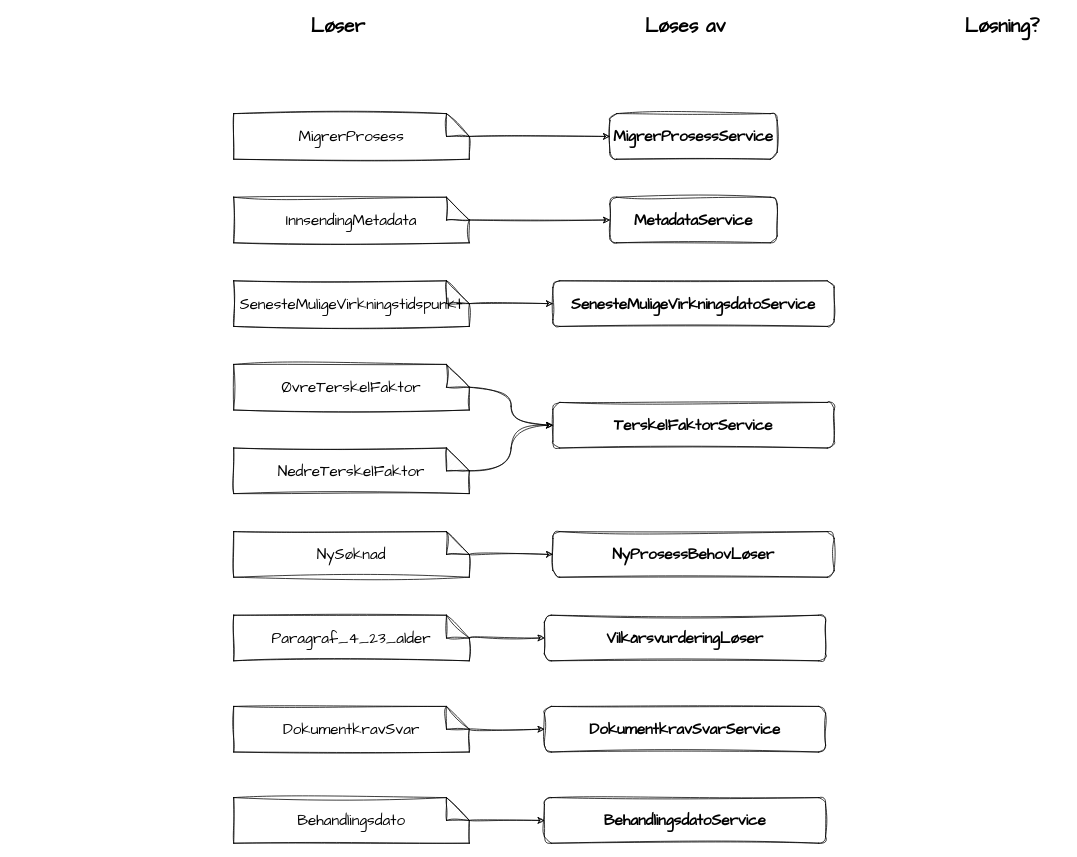
This is docs/innbyggerflate/losninger/soknad/dp-quiz-behov.drawio from navikt/dp-dokumentasjon, a draw.io file, before an edit. Source tidied: cells renumbered, new cells numbered last; positions are measured from the earlier drawing's top-left corner, leaving out a move shared by most shapes. Both pictures are drawn from the tidied source at 76%, with x=0, y=0 at pixel (233, 14).
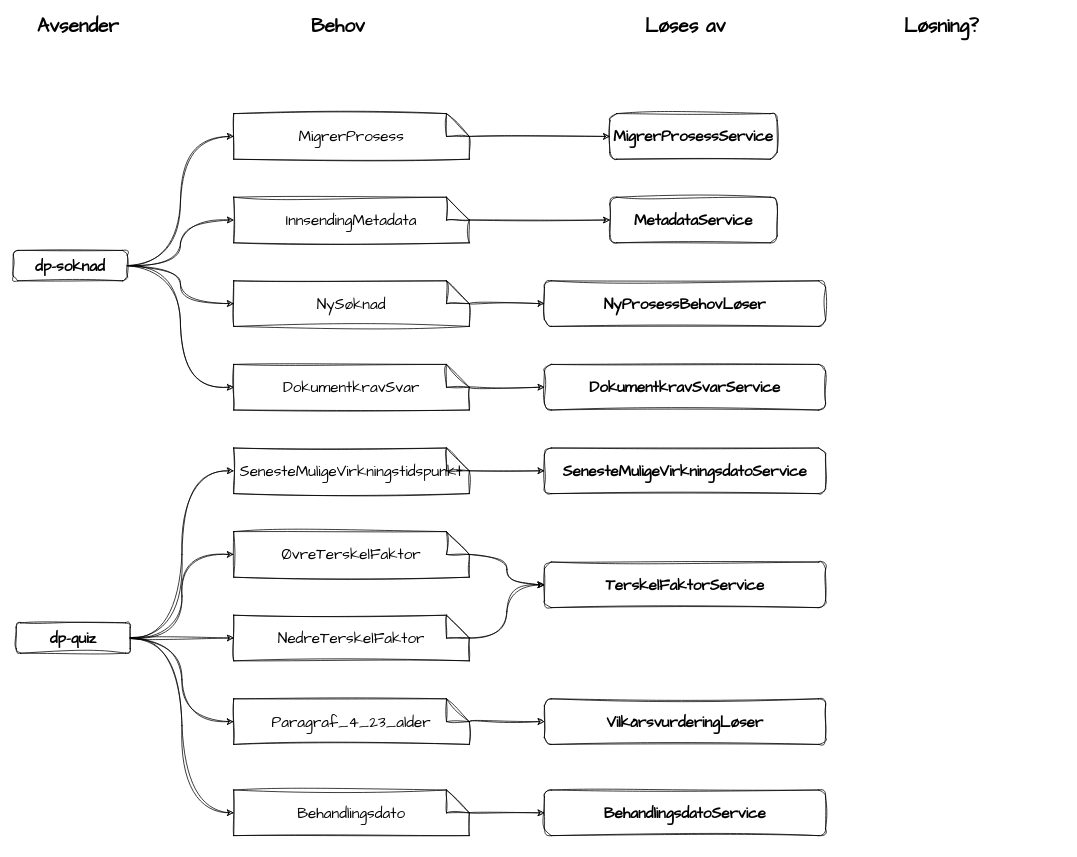
Above is the later version.

Commit message (it also covers changes not shown here):
Startet på å tegne hvor behovene kommer fra

The change refers to these unchanged cells:
```xml
<mxCell id="6" value="&lt;div style=&quot;font-size: 20px;&quot;&gt;&lt;div style=&quot;font-size: 20px;&quot;&gt;&lt;div style=&quot;font-size: 20px;&quot;&gt;&lt;span style=&quot;font-size: 20px; white-space: normal;&quot;&gt;InnsendingMetadata&lt;/span&gt;&lt;br style=&quot;font-size: 20px;&quot;&gt;&lt;/div&gt;&lt;/div&gt;&lt;/div&gt;" style="shape=note;whiteSpace=wrap;html=1;backgroundOutline=1;darkOpacity=0.05;fontColor=default;labelBackgroundColor=none;sketch=1;curveFitting=1;jiggle=2;fontFamily=Architects Daughter;fontSize=20;" parent="1" vertex="1">
  <mxGeometry y="240" width="310" height="60" as="geometry" />
</mxCell>
<mxCell id="7" value="&lt;div style=&quot;font-size: 20px;&quot;&gt;&lt;div style=&quot;font-size: 20px;&quot;&gt;&lt;div style=&quot;font-size: 20px;&quot;&gt;&lt;span style=&quot;font-size: 20px; background-color: initial; white-space: normal;&quot;&gt;MigrerProsess&lt;/span&gt;&lt;br style=&quot;font-size: 20px;&quot;&gt;&lt;/div&gt;&lt;/div&gt;&lt;/div&gt;" style="shape=note;whiteSpace=wrap;html=1;backgroundOutline=1;darkOpacity=0.05;fontColor=default;labelBackgroundColor=none;sketch=1;curveFitting=1;jiggle=2;fontFamily=Architects Daughter;fontSize=20;" parent="1" vertex="1">
  <mxGeometry y="130" width="310" height="60" as="geometry" />
</mxCell>
```

Diff of the diagram source:
```diff
@@
-    <mxCell id="2" value="Løser" style="rounded=1;whiteSpace=wrap;html=1;fontStyle=1;strokeColor=none;fontSize=25;sketch=1;curveFitting=1;jiggle=2;fontFamily=Architects Daughter;shadow=0;glass=0;" parent="1" vertex="1">
+    <mxCell id="2" value="Behov" style="rounded=1;whiteSpace=wrap;html=1;fontStyle=1;strokeColor=none;fontSize=25;sketch=1;curveFitting=1;jiggle=2;fontFamily=Architects Daughter;shadow=0;glass=0;" parent="1" vertex="1">
       <mxGeometry x="56.2" width="162.5" height="30" as="geometry" />
     </mxCell>
@@
     <mxCell id="4" value="&lt;div style=&quot;font-size: 20px;&quot;&gt;&lt;div style=&quot;font-size: 20px;&quot;&gt;&lt;div style=&quot;font-size: 20px;&quot;&gt;&lt;div style=&quot;font-size: 20px;&quot;&gt;&lt;span style=&quot;font-size: 20px;&quot;&gt;Behandlingsdato&lt;/span&gt;&lt;/div&gt;&lt;/div&gt;&lt;/div&gt;&lt;/div&gt;" style="shape=note;whiteSpace=wrap;html=1;backgroundOutline=1;darkOpacity=0.05;fontColor=default;labelBackgroundColor=none;sketch=1;curveFitting=1;jiggle=2;fontFamily=Architects Daughter;fontSize=20;" parent="1" vertex="1">
-      <mxGeometry y="1030" width="310" height="60" as="geometry" />
+      <mxGeometry y="1020" width="310" height="60" as="geometry" />
     </mxCell>
     <mxCell id="5" value="&lt;div style=&quot;font-size: 20px;&quot;&gt;&lt;div style=&quot;font-size: 20px;&quot;&gt;&lt;div style=&quot;font-size: 20px;&quot;&gt;&lt;span style=&quot;font-size: 20px; background-color: initial; white-space: normal;&quot;&gt;DokumentkravSvar&lt;/span&gt;&lt;br style=&quot;font-size: 20px;&quot;&gt;&lt;/div&gt;&lt;/div&gt;&lt;/div&gt;" style="shape=note;whiteSpace=wrap;html=1;backgroundOutline=1;darkOpacity=0.05;fontColor=default;labelBackgroundColor=none;sketch=1;curveFitting=1;jiggle=2;fontFamily=Architects Daughter;fontSize=20;" parent="1" vertex="1">
-      <mxGeometry y="910" width="310" height="60" as="geometry" />
+      <mxGeometry y="460" width="310" height="60" as="geometry" />
     </mxCell>
@@
     <mxCell id="8" value="&lt;div style=&quot;font-size: 20px;&quot;&gt;&lt;div style=&quot;font-size: 20px;&quot;&gt;&lt;div style=&quot;font-size: 20px;&quot;&gt;&lt;span style=&quot;font-size: 20px; background-color: initial; white-space: normal;&quot;&gt;SenesteMuligeVirkningstidspunkt&lt;/span&gt;&lt;br style=&quot;font-size: 20px;&quot;&gt;&lt;/div&gt;&lt;/div&gt;&lt;/div&gt;" style="shape=note;whiteSpace=wrap;html=1;backgroundOutline=1;darkOpacity=0.05;fontColor=default;labelBackgroundColor=none;sketch=1;curveFitting=1;jiggle=2;fontFamily=Architects Daughter;fontSize=20;" parent="1" vertex="1">
-      <mxGeometry y="350" width="310" height="60" as="geometry" />
+      <mxGeometry y="570" width="310" height="60" as="geometry" />
     </mxCell>
     <mxCell id="9" value="&lt;div style=&quot;font-size: 20px;&quot;&gt;&lt;div style=&quot;font-size: 20px;&quot;&gt;&lt;div style=&quot;font-size: 20px;&quot;&gt;&lt;span style=&quot;font-size: 20px; background-color: initial; white-space: normal;&quot;&gt;ØvreTerskelFaktor&lt;/span&gt;&lt;br style=&quot;font-size: 20px;&quot;&gt;&lt;/div&gt;&lt;/div&gt;&lt;/div&gt;" style="shape=note;whiteSpace=wrap;html=1;backgroundOutline=1;darkOpacity=0.05;fontColor=default;labelBackgroundColor=none;sketch=1;curveFitting=1;jiggle=2;fontFamily=Architects Daughter;fontSize=20;" parent="1" vertex="1">
-      <mxGeometry y="460" width="310" height="60" as="geometry" />
+      <mxGeometry y="680" width="310" height="60" as="geometry" />
     </mxCell>
     <mxCell id="10" value="&lt;div style=&quot;font-size: 20px;&quot;&gt;&lt;div style=&quot;font-size: 20px;&quot;&gt;&lt;div style=&quot;font-size: 20px;&quot;&gt;&lt;span style=&quot;font-size: 20px; background-color: initial; white-space: normal;&quot;&gt;NySøknad&lt;/span&gt;&lt;br style=&quot;font-size: 20px;&quot;&gt;&lt;/div&gt;&lt;/div&gt;&lt;/div&gt;" style="shape=note;whiteSpace=wrap;html=1;backgroundOutline=1;darkOpacity=0.05;fontColor=default;labelBackgroundColor=none;sketch=1;curveFitting=1;jiggle=2;fontFamily=Architects Daughter;fontSize=20;" parent="1" vertex="1">
-      <mxGeometry y="680" width="310" height="60" as="geometry" />
+      <mxGeometry y="350" width="310" height="60" as="geometry" />
     </mxCell>
     <mxCell id="11" value="&lt;div style=&quot;font-size: 20px;&quot;&gt;&lt;div style=&quot;font-size: 20px;&quot;&gt;&lt;div style=&quot;font-size: 20px;&quot;&gt;&lt;span style=&quot;font-size: 20px; background-color: initial; white-space: normal;&quot;&gt;Paragraf_4_23_alder&lt;/span&gt;&lt;br style=&quot;font-size: 20px;&quot;&gt;&lt;/div&gt;&lt;/div&gt;&lt;/div&gt;" style="shape=note;whiteSpace=wrap;html=1;backgroundOutline=1;darkOpacity=0.05;fontColor=default;labelBackgroundColor=none;sketch=1;curveFitting=1;jiggle=2;fontFamily=Architects Daughter;fontSize=20;" parent="1" vertex="1">
-      <mxGeometry y="790" width="310" height="60" as="geometry" />
+      <mxGeometry y="900" width="310" height="60" as="geometry" />
     </mxCell>
     <mxCell id="12" value="&lt;div style=&quot;font-size: 20px;&quot;&gt;&lt;div style=&quot;font-size: 20px;&quot;&gt;&lt;div style=&quot;font-size: 20px;&quot;&gt;&lt;span style=&quot;background-color: initial; font-size: 20px; white-space: normal;&quot;&gt;NedreTerskelFaktor&lt;/span&gt;&lt;br style=&quot;font-size: 20px;&quot;&gt;&lt;/div&gt;&lt;/div&gt;&lt;/div&gt;" style="shape=note;whiteSpace=wrap;html=1;backgroundOutline=1;darkOpacity=0.05;fontColor=default;labelBackgroundColor=none;sketch=1;curveFitting=1;jiggle=2;fontFamily=Architects Daughter;fontSize=20;" parent="1" vertex="1">
-      <mxGeometry y="570" width="310" height="60" as="geometry" />
+      <mxGeometry y="790" width="310" height="60" as="geometry" />
     </mxCell>
@@
     <mxCell id="17" value="SenesteMuligeVirkningsdatoService" style="rounded=1;whiteSpace=wrap;html=1;labelBorderColor=none;fontColor=default;labelBackgroundColor=none;fontSize=20;fontStyle=1;sketch=1;curveFitting=1;jiggle=2;fontFamily=Architects Daughter;" parent="1" vertex="1">
-      <mxGeometry x="420" y="350" width="370" height="60" as="geometry" />
+      <mxGeometry x="408.8" y="570" width="370" height="60" as="geometry" />
     </mxCell>
-    <mxCell id="18" style="endArrow=classic;html=1;rounded=0;exitX=0;exitY=0;exitDx=310;exitDy=30;exitPerimeter=0;entryX=0;entryY=0.5;entryDx=0;entryDy=0;sketch=1;" parent="1" edge="1" source="8" target="17">
+    <mxCell id="18" style="endArrow=classic;html=1;exitX=0;exitY=0;exitDx=310;exitDy=30;exitPerimeter=0;entryX=0;entryY=0.5;entryDx=0;entryDy=0;sketch=1;curved=1;" parent="1" edge="1" source="8" target="17">
       <mxGeometry relative="1" as="geometry" />
     </mxCell>
     <mxCell id="19" value="TerskelFaktorService" style="rounded=1;whiteSpace=wrap;html=1;labelBorderColor=none;fontColor=default;labelBackgroundColor=none;fontSize=20;fontStyle=1;sketch=1;curveFitting=1;jiggle=2;fontFamily=Architects Daughter;" parent="1" vertex="1">
-      <mxGeometry x="420" y="510" width="370" height="60" as="geometry" />
+      <mxGeometry x="408.8" y="720" width="370" height="60" as="geometry" />
     </mxCell>
@@
     <mxCell id="22" value="NyProsessBehovLøser" style="rounded=1;whiteSpace=wrap;html=1;labelBorderColor=none;fontColor=default;labelBackgroundColor=none;fontSize=20;fontStyle=1;sketch=1;curveFitting=1;jiggle=2;fontFamily=Architects Daughter;" parent="1" vertex="1">
-      <mxGeometry x="420" y="680" width="370" height="60" as="geometry" />
+      <mxGeometry x="408.8" y="350" width="370" height="60" as="geometry" />
     </mxCell>
@@
     <mxCell id="24" value="VilkårsvurderingLøser" style="rounded=1;whiteSpace=wrap;html=1;labelBorderColor=none;fontColor=default;labelBackgroundColor=none;fontSize=20;fontStyle=1;sketch=1;curveFitting=1;jiggle=2;fontFamily=Architects Daughter;" parent="1" vertex="1">
-      <mxGeometry x="408.8" y="790" width="370" height="60" as="geometry" />
+      <mxGeometry x="408.8" y="900" width="370" height="60" as="geometry" />
     </mxCell>
@@
     <mxCell id="26" value="DokumentkravSvarService" style="rounded=1;whiteSpace=wrap;html=1;labelBorderColor=none;fontColor=default;labelBackgroundColor=none;fontSize=20;fontStyle=1;sketch=1;curveFitting=1;jiggle=2;fontFamily=Architects Daughter;" parent="1" vertex="1">
-      <mxGeometry x="408.8" y="910" width="370" height="60" as="geometry" />
+      <mxGeometry x="408.8" y="460" width="370" height="60" as="geometry" />
     </mxCell>
@@
     <mxCell id="28" value="BehandlingsdatoService" style="rounded=1;whiteSpace=wrap;html=1;labelBorderColor=none;fontColor=default;labelBackgroundColor=none;fontSize=20;fontStyle=1;sketch=1;curveFitting=1;jiggle=2;fontFamily=Architects Daughter;" parent="1" vertex="1">
-      <mxGeometry x="408.8" y="1030" width="370" height="60" as="geometry" />
+      <mxGeometry x="408.8" y="1020" width="370" height="60" as="geometry" />
     </mxCell>
@@
     <mxCell id="30" value="Løsning?" style="rounded=1;whiteSpace=wrap;html=1;fontStyle=1;strokeColor=none;fontSize=25;sketch=1;curveFitting=1;jiggle=2;fontFamily=Architects Daughter;shadow=0;glass=0;" parent="1" vertex="1">
-      <mxGeometry x="930" width="162.5" height="30" as="geometry" />
+      <mxGeometry x="850" width="162.5" height="30" as="geometry" />
     </mxCell>
+    <mxCell id="31" value="Avsender" style="rounded=1;whiteSpace=wrap;html=1;fontStyle=1;strokeColor=none;fontSize=25;sketch=1;curveFitting=1;jiggle=2;fontFamily=Architects Daughter;shadow=0;glass=0;" parent="1" vertex="1">
+      <mxGeometry x="-286.2" width="162.5" height="30" as="geometry" />
+    </mxCell>
+    <mxCell id="32" value="dp-soknad" style="rounded=1;whiteSpace=wrap;html=1;labelBorderColor=none;fontColor=default;labelBackgroundColor=none;fontSize=20;fontStyle=1;sketch=1;curveFitting=1;jiggle=2;fontFamily=Architects Daughter;" parent="1" vertex="1">
+      <mxGeometry x="-290" y="310" width="150" height="40" as="geometry" />
+    </mxCell>
+    <mxCell id="33" style="edgeStyle=orthogonalEdgeStyle;curved=1;html=1;entryX=0;entryY=0.5;entryDx=0;entryDy=0;fontSize=18;fontColor=#FFFFFF;sketch=1;curveFitting=1;jiggle=2;exitX=1;exitY=0.5;exitDx=0;exitDy=0;entryPerimeter=0;shadow=0;" parent="1" edge="1" source="32" target="7">
+      <mxGeometry relative="1" as="geometry" />
+    </mxCell>
+    <mxCell id="34" style="edgeStyle=orthogonalEdgeStyle;curved=1;html=1;entryX=0;entryY=0.5;entryDx=0;entryDy=0;fontSize=18;fontColor=#FFFFFF;sketch=1;curveFitting=1;jiggle=2;exitX=1;exitY=0.5;exitDx=0;exitDy=0;entryPerimeter=0;shadow=0;" parent="1" edge="1" source="32" target="6">
+      <mxGeometry relative="1" as="geometry" />
+    </mxCell>
+    <mxCell id="35" value="dp-quiz" style="rounded=1;whiteSpace=wrap;html=1;labelBorderColor=none;fontColor=default;labelBackgroundColor=none;fontSize=20;fontStyle=1;sketch=1;curveFitting=1;jiggle=2;fontFamily=Architects Daughter;" parent="1" vertex="1">
+      <mxGeometry x="-286.2" y="800" width="150" height="40" as="geometry" />
+    </mxCell>
+    <mxCell id="36" style="edgeStyle=orthogonalEdgeStyle;curved=1;html=1;entryX=0;entryY=0.5;entryDx=0;entryDy=0;fontSize=18;fontColor=#FFFFFF;sketch=1;curveFitting=1;jiggle=2;exitX=1;exitY=0.5;exitDx=0;exitDy=0;entryPerimeter=0;shadow=0;" parent="1" edge="1" source="35" target="8">
+      <mxGeometry relative="1" as="geometry" />
+    </mxCell>
+    <mxCell id="37" style="edgeStyle=orthogonalEdgeStyle;curved=1;html=1;entryX=0;entryY=0.5;entryDx=0;entryDy=0;fontSize=18;fontColor=#FFFFFF;sketch=1;curveFitting=1;jiggle=2;exitX=1;exitY=0.5;exitDx=0;exitDy=0;entryPerimeter=0;shadow=0;" parent="1" edge="1" source="35" target="9">
+      <mxGeometry relative="1" as="geometry" />
+    </mxCell>
+    <mxCell id="38" style="edgeStyle=orthogonalEdgeStyle;curved=1;html=1;entryX=0;entryY=0.5;entryDx=0;entryDy=0;fontSize=18;fontColor=#FFFFFF;sketch=1;curveFitting=1;jiggle=2;entryPerimeter=0;shadow=0;" parent="1" edge="1" source="35" target="12">
+      <mxGeometry relative="1" as="geometry" />
+    </mxCell>
+    <mxCell id="39" style="edgeStyle=orthogonalEdgeStyle;curved=1;html=1;entryX=0;entryY=0.5;entryDx=0;entryDy=0;fontSize=18;fontColor=#FFFFFF;sketch=1;curveFitting=1;jiggle=2;exitX=1;exitY=0.5;exitDx=0;exitDy=0;entryPerimeter=0;shadow=0;" parent="1" edge="1" source="32" target="10">
+      <mxGeometry relative="1" as="geometry" />
+    </mxCell>
+    <mxCell id="40" style="edgeStyle=orthogonalEdgeStyle;curved=1;html=1;fontSize=18;fontColor=#FFFFFF;sketch=1;curveFitting=1;jiggle=2;exitX=1;exitY=0.5;exitDx=0;exitDy=0;shadow=0;entryX=0;entryY=0.5;entryDx=0;entryDy=0;entryPerimeter=0;" parent="1" edge="1" source="35" target="11">
+      <mxGeometry relative="1" as="geometry" />
+    </mxCell>
+    <mxCell id="41" style="edgeStyle=orthogonalEdgeStyle;curved=1;html=1;entryX=0;entryY=0.5;entryDx=0;entryDy=0;fontSize=18;fontColor=#FFFFFF;sketch=1;curveFitting=1;jiggle=2;exitX=1;exitY=0.5;exitDx=0;exitDy=0;entryPerimeter=0;shadow=0;" parent="1" edge="1" source="32" target="5">
+      <mxGeometry relative="1" as="geometry" />
+    </mxCell>
+    <mxCell id="42" style="edgeStyle=orthogonalEdgeStyle;curved=1;html=1;fontSize=18;fontColor=#FFFFFF;sketch=1;curveFitting=1;jiggle=2;exitX=1;exitY=0.5;exitDx=0;exitDy=0;shadow=0;entryX=0;entryY=0.5;entryDx=0;entryDy=0;entryPerimeter=0;" parent="1" edge="1" source="35" target="4">
+      <mxGeometry relative="1" as="geometry" />
+    </mxCell>
```
